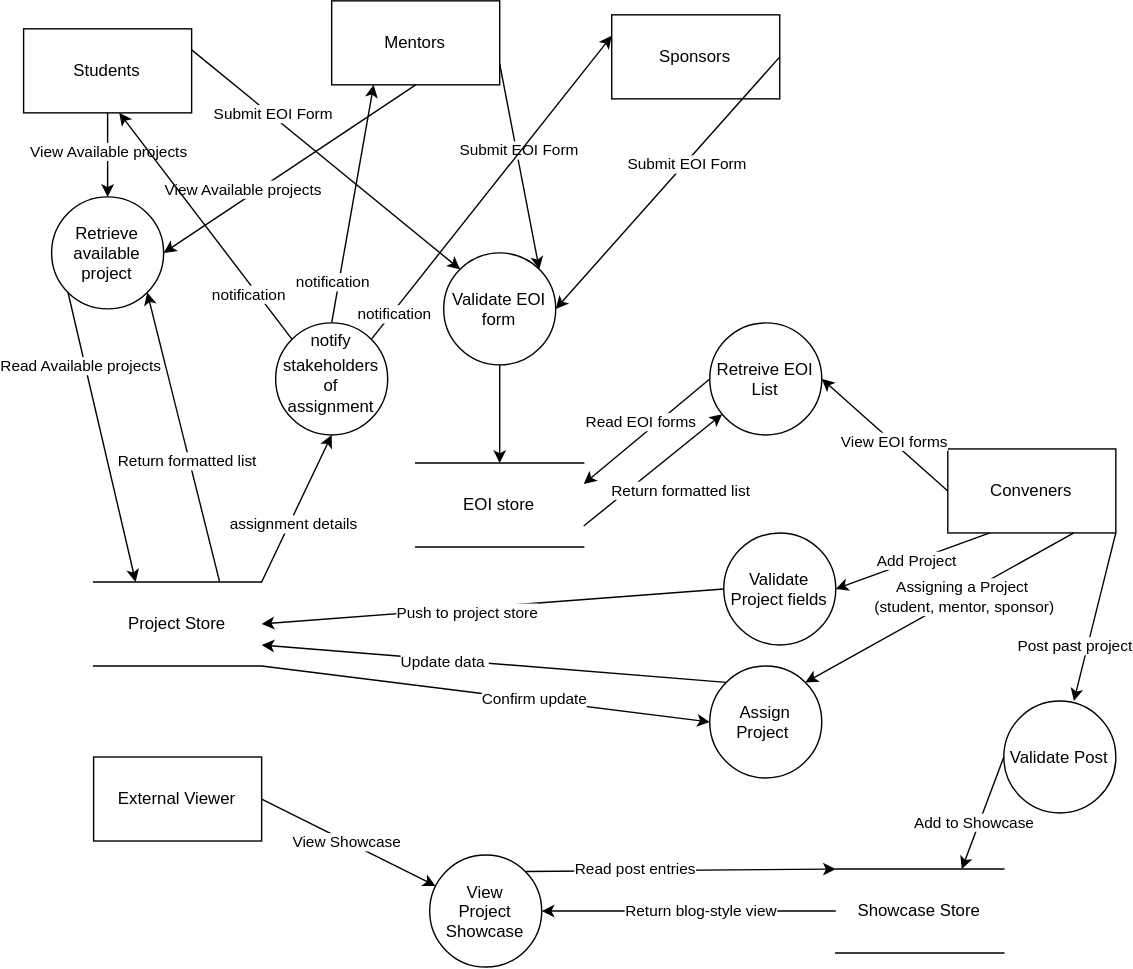
The draw.io diagram DFD.drawio.svg in sc-u3226864/9785_Group53B, before a commit. Source tidied: cells renumbered, new cells last; positions are measured from the earlier drawing's top-left corner, leaving out a move shared by most shapes.
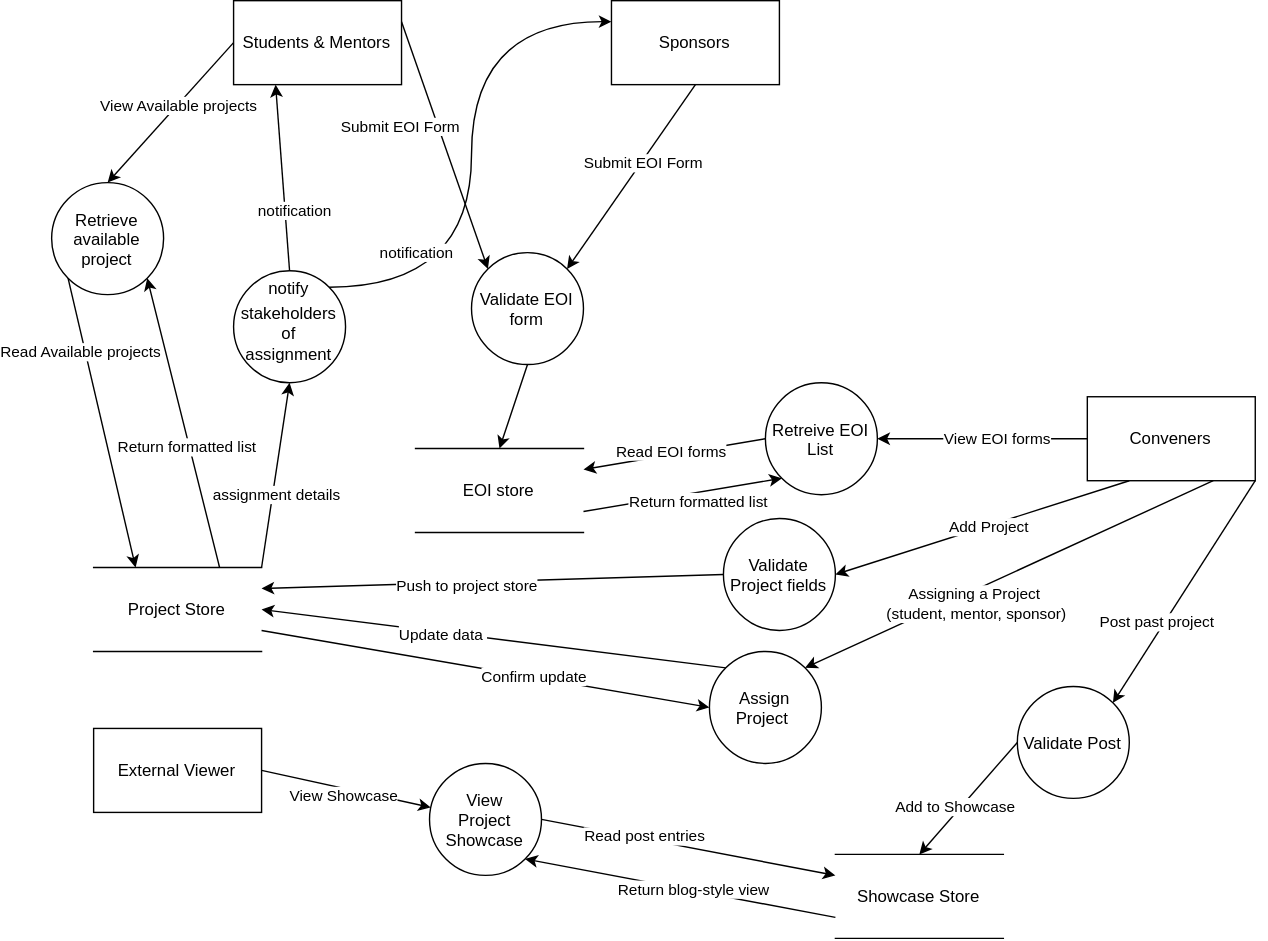
Later version of the same file.

Commit message:
Update: consolidated Mentors and Students into 1 external user as they have the same data needs

What changed in the source:
```diff
@@ -2,32 +2,23 @@
   <root>
     <mxCell id="0" />
     <mxCell id="1" parent="0" />
-    <mxCell id="2" value="Students" style="rounded=0;whiteSpace=wrap;html=1;" parent="1" vertex="1">
-      <mxGeometry y="20" width="120" height="60" as="geometry" />
+    <mxCell id="2" value="Students &amp;amp; Mentors" style="rounded=0;whiteSpace=wrap;html=1;" parent="1" vertex="1">
+      <mxGeometry x="150" y="10" width="120" height="60" as="geometry" />
     </mxCell>
-    <mxCell id="3" value="Mentors" style="rounded=0;whiteSpace=wrap;html=1;" parent="1" vertex="1">
-      <mxGeometry x="220" width="120" height="60" as="geometry" />
-    </mxCell>
     <mxCell id="4" value="Conveners" style="rounded=0;whiteSpace=wrap;html=1;" parent="1" vertex="1">
-      <mxGeometry x="660" y="320" width="120" height="60" as="geometry" />
+      <mxGeometry x="760" y="293" width="120" height="60" as="geometry" />
     </mxCell>
     <mxCell id="5" style="endArrow=classic;html=1;rounded=0;exitX=1;exitY=0.25;exitDx=0;exitDy=0;entryX=0;entryY=0;entryDx=0;entryDy=0;" parent="1" edge="1" source="2" target="7">
       <mxGeometry relative="1" as="geometry" />
     </mxCell>
     <mxCell id="6" value="Submit EOI Form&amp;nbsp;" style="edgeLabel;html=1;align=center;verticalAlign=middle;" parent="5" vertex="1">
       <mxGeometry x="-0.28" y="2" relative="1" as="geometry">
-        <mxPoint x="-10" y="-9" as="offset" />
+        <mxPoint x="-24" y="12" as="offset" />
       </mxGeometry>
     </mxCell>
     <mxCell id="7" value="Validate EOI form" style="ellipse;whiteSpace=wrap;html=1;shapeInside=1;" parent="1" vertex="1">
-      <mxGeometry x="300" y="180" width="80" height="80" as="geometry" />
+      <mxGeometry x="320" y="190" width="80" height="80" as="geometry" />
     </mxCell>
-    <mxCell id="8" style="endArrow=classic;html=1;rounded=0;exitX=1;exitY=0.75;exitDx=0;exitDy=0;entryX=1;entryY=0;entryDx=0;entryDy=0;" parent="1" edge="1" source="3" target="7">
-      <mxGeometry relative="1" as="geometry" />
-    </mxCell>
-    <mxCell id="9" value="Submit EOI Form" style="edgeLabel;html=1;align=center;verticalAlign=middle;" parent="8" vertex="1">
-      <mxGeometry x="-0.16" y="1" relative="1" as="geometry" />
-    </mxCell>
     <mxCell id="10" style="endArrow=classic;html=1;rounded=0;exitX=0.5;exitY=1;exitDx=0;exitDy=0;" parent="1" edge="1" source="7">
       <mxGeometry relative="1" as="geometry">
         <mxPoint x="340" y="330" as="targetPoint" />
@@ -45,7 +36,7 @@
       </mxGeometry>
     </mxCell>
     <mxCell id="14" value="Retreive EOI List" style="ellipse;whiteSpace=wrap;html=1;shapeInside=1;" parent="1" vertex="1">
-      <mxGeometry x="490" y="230" width="80" height="80" as="geometry" />
+      <mxGeometry x="530" y="283" width="80" height="80" as="geometry" />
     </mxCell>
     <mxCell id="15" style="endArrow=classic;html=1;rounded=0;exitX=0;exitY=0.5;exitDx=0;exitDy=0;entryX=1;entryY=0.25;entryDx=0;entryDy=0;" parent="1" edge="1" source="14" target="11">
       <mxGeometry relative="1" as="geometry" />
@@ -55,7 +46,7 @@
         <mxPoint x="-14" y="-4" as="offset" />
       </mxGeometry>
     </mxCell>
-    <mxCell id="17" style="endArrow=classic;html=1;rounded=0;exitX=1;exitY=0.75;exitDx=0;exitDy=0;" parent="1" edge="1" source="11" target="14">
+    <mxCell id="17" style="endArrow=classic;html=1;rounded=0;exitX=1;exitY=0.75;exitDx=0;exitDy=0;entryX=0;entryY=1;entryDx=0;entryDy=0;" parent="1" edge="1" source="11" target="14">
       <mxGeometry relative="1" as="geometry" />
     </mxCell>
     <mxCell id="18" value="Return formatted list&amp;nbsp;" style="edgeLabel;html=1;align=center;verticalAlign=middle;" parent="17" vertex="1">
@@ -67,7 +58,7 @@
       <mxGeometry x="580" y="620" width="120" height="60" as="geometry" />
     </mxCell>
     <mxCell id="20" value="External Viewer" style="rounded=0;whiteSpace=wrap;html=1;" parent="1" vertex="1">
-      <mxGeometry x="50" y="540" width="120" height="60" as="geometry" />
+      <mxGeometry x="50" y="530" width="120" height="60" as="geometry" />
     </mxCell>
     <mxCell id="21" style="rounded=0;jettySize=auto;html=1;exitX=0.75;exitY=0;exitDx=0;exitDy=0;entryX=1;entryY=1;entryDx=0;entryDy=0;" parent="1" edge="1" source="23" target="35">
       <mxGeometry relative="1" as="geometry" />
@@ -87,7 +78,7 @@
     <mxCell id="26" value="Validate Project fields" style="ellipse;whiteSpace=wrap;html=1;shapeInside=1;" parent="1" vertex="1">
       <mxGeometry x="500" y="380" width="80" height="80" as="geometry" />
     </mxCell>
-    <mxCell id="27" style="endArrow=classic;html=1;rounded=0;exitX=0;exitY=0.5;exitDx=0;exitDy=0;entryX=1;entryY=0.5;entryDx=0;entryDy=0;" parent="1" edge="1" source="26" target="23">
+    <mxCell id="27" style="endArrow=classic;html=1;rounded=0;exitX=0;exitY=0.5;exitDx=0;exitDy=0;entryX=1;entryY=0.25;entryDx=0;entryDy=0;" parent="1" edge="1" source="26" target="23">
       <mxGeometry relative="1" as="geometry" />
     </mxCell>
     <mxCell id="28" value="Text" style="edgeLabel;html=1;align=center;verticalAlign=middle;" parent="27" vertex="1">
@@ -99,13 +90,13 @@
     <mxCell id="30" value="Sponsors" style="rounded=0;whiteSpace=wrap;html=1;" parent="1" vertex="1">
       <mxGeometry x="420" y="10" width="120" height="60" as="geometry" />
     </mxCell>
-    <mxCell id="31" style="endArrow=classic;html=1;rounded=0;entryX=1;entryY=0.5;entryDx=0;entryDy=0;exitX=1;exitY=0.5;exitDx=0;exitDy=0;" parent="1" edge="1" source="30" target="7">
+    <mxCell id="31" style="endArrow=classic;html=1;rounded=0;entryX=1;entryY=0;entryDx=0;entryDy=0;exitX=0.5;exitY=1;exitDx=0;exitDy=0;" parent="1" edge="1" source="30" target="7">
       <mxGeometry relative="1" as="geometry" />
     </mxCell>
     <mxCell id="32" value="Submit EOI Form" style="edgeLabel;html=1;align=center;verticalAlign=middle;" parent="31" vertex="1">
       <mxGeometry x="-0.16" y="1" relative="1" as="geometry" />
     </mxCell>
-    <mxCell id="33" style="endArrow=classic;html=1;rounded=0;exitX=0.5;exitY=1;exitDx=0;exitDy=0;" parent="1" edge="1" source="2">
+    <mxCell id="33" style="endArrow=classic;html=1;rounded=0;exitX=0;exitY=0.5;exitDx=0;exitDy=0;" parent="1" edge="1" source="2">
       <mxGeometry relative="1" as="geometry">
         <mxPoint x="60" y="140" as="targetPoint" />
       </mxGeometry>
@@ -124,39 +115,31 @@
         <mxPoint x="-17" y="-57" as="offset" />
       </mxGeometry>
     </mxCell>
-    <mxCell id="38" style="endArrow=classic;html=1;rounded=0;exitX=0.5;exitY=1;exitDx=0;exitDy=0;entryX=1;entryY=0;entryDx=0;entryDy=0;" parent="1" edge="1" source="3">
-      <mxGeometry relative="1" as="geometry">
-        <mxPoint x="100" y="180" as="targetPoint" />
-      </mxGeometry>
-    </mxCell>
-    <mxCell id="39" value="View Available projects" style="edgeLabel;html=1;align=center;verticalAlign=middle;" parent="38" vertex="1">
-      <mxGeometry x="-0.11" relative="1" as="geometry">
-        <mxPoint x="-44" y="21" as="offset" />
-      </mxGeometry>
-    </mxCell>
     <mxCell id="40" style="endArrow=classic;html=1;rounded=0;exitX=0.75;exitY=1;exitDx=0;exitDy=0;entryX=1;entryY=0;entryDx=0;entryDy=0;" parent="1" edge="1" source="4" target="42">
       <mxGeometry relative="1" as="geometry" />
     </mxCell>
     <mxCell id="41" value="Assigning a Project&amp;nbsp;&lt;div&gt;(student, mentor, sponsor)&lt;/div&gt;" style="edgeLabel;html=1;align=center;verticalAlign=middle;" parent="40" vertex="1">
-      <mxGeometry x="-0.17" y="1" relative="1" as="geometry" />
+      <mxGeometry x="-0.17" y="1" relative="1" as="geometry">
+        <mxPoint x="-50" y="31" as="offset" />
+      </mxGeometry>
     </mxCell>
     <mxCell id="42" value="Assign Project&amp;nbsp;" style="ellipse;whiteSpace=wrap;html=1;shapeInside=1;" parent="1" vertex="1">
       <mxGeometry x="490" y="475" width="80" height="80" as="geometry" />
     </mxCell>
-    <mxCell id="43" style="endArrow=classic;html=1;rounded=0;exitX=0;exitY=0;exitDx=0;exitDy=0;entryX=1;entryY=0.75;entryDx=0;entryDy=0;" parent="1" edge="1" source="42" target="23">
+    <mxCell id="43" style="endArrow=classic;html=1;rounded=0;exitX=0;exitY=0;exitDx=0;exitDy=0;entryX=1;entryY=0.5;entryDx=0;entryDy=0;" parent="1" edge="1" source="42" target="23">
       <mxGeometry relative="1" as="geometry" />
     </mxCell>
     <mxCell id="44" value="Update data&amp;nbsp;" style="edgeLabel;html=1;align=center;verticalAlign=middle;" parent="43" vertex="1">
       <mxGeometry x="0.22" y="1" relative="1" as="geometry" />
     </mxCell>
-    <mxCell id="45" style="endArrow=classic;html=1;rounded=0;exitX=1;exitY=1;exitDx=0;exitDy=0;entryX=0;entryY=0.5;entryDx=0;entryDy=0;" parent="1" edge="1" source="23" target="42">
+    <mxCell id="45" style="endArrow=classic;html=1;rounded=0;exitX=1;exitY=0.75;exitDx=0;exitDy=0;entryX=0;entryY=0.5;entryDx=0;entryDy=0;" parent="1" edge="1" source="23" target="42">
       <mxGeometry relative="1" as="geometry" />
     </mxCell>
     <mxCell id="46" value="Confirm update" style="edgeLabel;html=1;align=center;verticalAlign=middle;" parent="45" vertex="1">
       <mxGeometry x="0.21" y="1" relative="1" as="geometry" />
     </mxCell>
     <mxCell id="47" value="notify stakeholders of assignment" style="ellipse;whiteSpace=wrap;html=1;shapeInside=1;" parent="1" vertex="1">
-      <mxGeometry x="180" y="230" width="80" height="80" as="geometry" />
+      <mxGeometry x="150" y="203" width="80" height="80" as="geometry" />
     </mxCell>
     <mxCell id="48" style="endArrow=classic;html=1;rounded=0;entryX=0.5;entryY=1;entryDx=0;entryDy=0;exitX=1;exitY=0;exitDx=0;exitDy=0;" parent="1" edge="1" source="23" target="47">
       <mxGeometry relative="1" as="geometry" />
@@ -164,36 +147,29 @@
     <mxCell id="49" value="assignment details" style="edgeLabel;html=1;align=center;verticalAlign=middle;" parent="48" vertex="1">
       <mxGeometry x="-0.2" y="-2" relative="1" as="geometry" />
     </mxCell>
-    <mxCell id="50" style="endArrow=classic;html=1;rounded=0;exitX=1;exitY=0;exitDx=0;exitDy=0;entryX=0;entryY=0.25;entryDx=0;entryDy=0;" parent="1" edge="1" source="47" target="30">
-      <mxGeometry relative="1" as="geometry" />
+    <mxCell id="50" style="endArrow=classic;html=1;rounded=0;exitX=1;exitY=0;exitDx=0;exitDy=0;entryX=0;entryY=0.25;entryDx=0;entryDy=0;edgeStyle=orthogonalEdgeStyle;curved=1;" parent="1" edge="1" source="47" target="30">
+      <mxGeometry relative="1" as="geometry">
+        <Array as="points">
+          <mxPoint x="320" y="214.8" />
+          <mxPoint x="320" y="25" />
+        </Array>
+      </mxGeometry>
     </mxCell>
     <mxCell id="51" value="notification" style="edgeLabel;html=1;align=center;verticalAlign=middle;" parent="50" vertex="1">
       <mxGeometry x="-0.83" relative="1" as="geometry">
-        <mxPoint y="1" as="offset" />
+        <mxPoint x="28" y="-25" as="offset" />
       </mxGeometry>
     </mxCell>
-    <mxCell id="52" style="endArrow=classic;html=1;rounded=0;exitX=0.5;exitY=0;exitDx=0;exitDy=0;entryX=0.25;entryY=1;entryDx=0;entryDy=0;" parent="1" edge="1" source="47" target="3">
-      <mxGeometry relative="1" as="geometry" />
-    </mxCell>
-    <mxCell id="53" value="notification" style="edgeLabel;html=1;align=center;verticalAlign=middle;" parent="52" vertex="1">
-      <mxGeometry x="-0.83" relative="1" as="geometry">
-        <mxPoint x="-3" y="-15" as="offset" />
-      </mxGeometry>
-    </mxCell>
-    <mxCell id="54" style="endArrow=classic;html=1;rounded=0;exitX=0;exitY=0;exitDx=0;exitDy=0;entryX=0.75;entryY=1;entryDx=0;entryDy=0;" parent="1" edge="1" source="47">
-      <mxGeometry relative="1" as="geometry">
-        <mxPoint x="68.3" y="80" as="targetPoint" />
-      </mxGeometry>
+    <mxCell id="54" style="endArrow=classic;html=1;rounded=0;exitX=0.5;exitY=0;exitDx=0;exitDy=0;entryX=0.25;entryY=1;entryDx=0;entryDy=0;" parent="1" edge="1" source="47" target="2">
+      <mxGeometry relative="1" as="geometry" />
     </mxCell>
     <mxCell id="55" value="notification" style="edgeLabel;html=1;align=center;verticalAlign=middle;" parent="54" vertex="1">
       <mxGeometry x="-0.83" relative="1" as="geometry">
-        <mxPoint x="-21" y="-18" as="offset" />
+        <mxPoint x="4" y="-32" as="offset" />
       </mxGeometry>
     </mxCell>
-    <mxCell id="56" style="endArrow=classic;html=1;rounded=0;exitX=1;exitY=1;exitDx=0;exitDy=0;" parent="1" edge="1" source="4">
-      <mxGeometry relative="1" as="geometry">
-        <mxPoint x="750" y="500" as="targetPoint" />
-      </mxGeometry>
+    <mxCell id="56" style="endArrow=classic;html=1;rounded=0;exitX=1;exitY=1;exitDx=0;exitDy=0;entryX=1;entryY=0;entryDx=0;entryDy=0;" parent="1" edge="1" source="4" target="58">
+      <mxGeometry relative="1" as="geometry" />
     </mxCell>
     <mxCell id="57" value="Post past project" style="edgeLabel;html=1;align=center;verticalAlign=middle;" parent="56" vertex="1">
       <mxGeometry x="0.15" y="-3" relative="1" as="geometry">
@@ -201,9 +177,9 @@
       </mxGeometry>
     </mxCell>
     <mxCell id="58" value="Validate Post" style="ellipse;whiteSpace=wrap;html=1;shapeInside=1;" parent="1" vertex="1">
-      <mxGeometry x="700" y="500" width="80" height="80" as="geometry" />
+      <mxGeometry x="710" y="500" width="80" height="80" as="geometry" />
     </mxCell>
-    <mxCell id="59" style="endArrow=classic;html=1;rounded=0;exitX=0;exitY=0.5;exitDx=0;exitDy=0;entryX=0.75;entryY=0;entryDx=0;entryDy=0;" parent="1" edge="1" source="58" target="19">
+    <mxCell id="59" style="endArrow=classic;html=1;rounded=0;exitX=0;exitY=0.5;exitDx=0;exitDy=0;entryX=0.5;entryY=0;entryDx=0;entryDy=0;" parent="1" edge="1" source="58" target="19">
       <mxGeometry relative="1" as="geometry" />
     </mxCell>
     <mxCell id="60" value="Add to Showcase" style="edgeLabel;html=1;align=center;verticalAlign=middle;" parent="59" vertex="1">
@@ -212,9 +188,9 @@
       </mxGeometry>
     </mxCell>
     <mxCell id="61" value="View Project Showcase" style="ellipse;whiteSpace=wrap;html=1;shapeInside=1;" parent="1" vertex="1">
-      <mxGeometry x="290" y="610" width="80" height="80" as="geometry" />
+      <mxGeometry x="290" y="555" width="80" height="80" as="geometry" />
     </mxCell>
-    <mxCell id="62" style="endArrow=classic;html=1;rounded=0;exitX=0;exitY=0.5;exitDx=0;exitDy=0;entryX=1;entryY=0.5;entryDx=0;entryDy=0;" parent="1" edge="1" source="19" target="61">
+    <mxCell id="62" style="endArrow=classic;html=1;rounded=0;exitX=0;exitY=0.75;exitDx=0;exitDy=0;entryX=1;entryY=1;entryDx=0;entryDy=0;" parent="1" edge="1" source="19" target="61">
       <mxGeometry relative="1" as="geometry" />
     </mxCell>
     <mxCell id="63" value="Return blog-style view" style="edgeLabel;html=1;align=center;verticalAlign=middle;" parent="62" vertex="1">
@@ -228,7 +204,7 @@
         <mxPoint x="15" y="9" as="offset" />
       </mxGeometry>
     </mxCell>
-    <mxCell id="66" style="endArrow=classic;html=1;rounded=0;exitX=1;exitY=0;exitDx=0;exitDy=0;entryX=0;entryY=0;entryDx=0;entryDy=0;" parent="1" edge="1" source="61" target="19">
+    <mxCell id="66" style="endArrow=classic;html=1;rounded=0;exitX=1;exitY=0.5;exitDx=0;exitDy=0;entryX=0;entryY=0.25;entryDx=0;entryDy=0;" parent="1" edge="1" source="61" target="19">
       <mxGeometry relative="1" as="geometry" />
     </mxCell>
     <mxCell id="67" value="Read post entries" style="edgeLabel;html=1;align=center;verticalAlign=middle;" parent="66" vertex="1">
```
